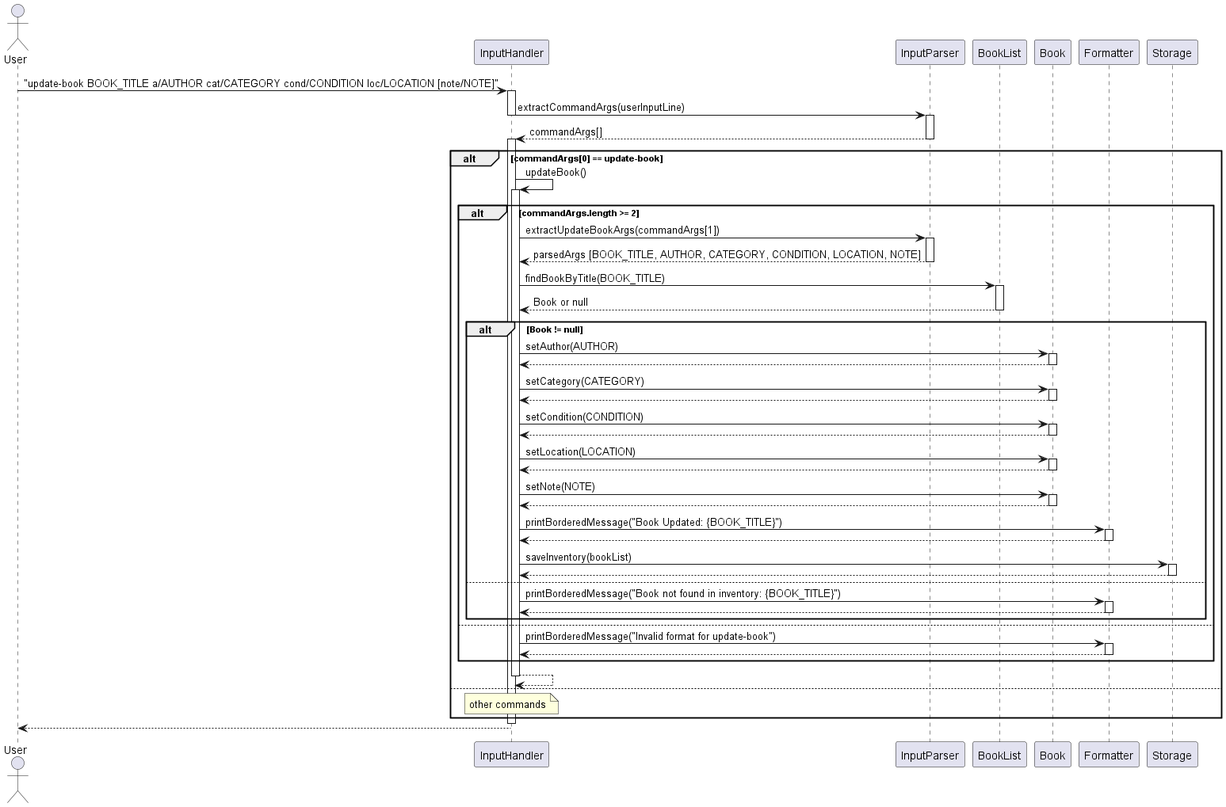
Earlier version of the PlantUML export docs/images/editLoan.png (AY2425S2-CS2113-T12-2/tp). Its diagram source:
```plantuml
@startuml
actor User
participant InputHandler
participant InputParser
participant BookList
participant Book
participant Formatter
participant Storage

User -> InputHandler: "update-book BOOK_TITLE a/AUTHOR cat/CATEGORY cond/CONDITION loc/LOCATION [note/NOTE]"
activate InputHandler

InputHandler -> InputParser: extractCommandArgs(userInputLine)
deactivate InputHandler
activate InputParser

InputParser --> InputHandler: commandArgs[]
deactivate InputParser
activate InputHandler

alt commandArgs[0] == update-book
    InputHandler -> InputHandler : updateBook()
    activate InputHandler

alt commandArgs.length >= 2
    InputHandler -> InputParser: extractUpdateBookArgs(commandArgs[1])
    activate InputParser

    InputParser --> InputHandler: parsedArgs [BOOK_TITLE, AUTHOR, CATEGORY, CONDITION, LOCATION, NOTE]
    deactivate InputParser

    InputHandler -> BookList: findBookByTitle(BOOK_TITLE)
    activate BookList

    BookList --> InputHandler: Book or null
    deactivate BookList

    alt Book != null
        InputHandler -> Book : setAuthor(AUTHOR)
        activate Book
        Book --> InputHandler
        deactivate Book

        InputHandler -> Book : setCategory(CATEGORY)
        activate Book
        Book --> InputHandler
        deactivate Book
        InputHandler -> Book : setCondition(CONDITION)
        activate Book
        Book --> InputHandler
        deactivate Book
        InputHandler -> Book : setLocation(LOCATION)
        activate Book
        Book --> InputHandler
        deactivate Book
        InputHandler -> Book : setNote(NOTE)
        activate Book
        Book --> InputHandler
        deactivate Book


        InputHandler -> Formatter: printBorderedMessage("Book Updated: {BOOK_TITLE}")
        activate Formatter

        Formatter --> InputHandler
        deactivate Formatter

        InputHandler -> Storage: saveInventory(bookList)
        activate Storage

        Storage --> InputHandler
        deactivate Storage


    else
        InputHandler -> Formatter: printBorderedMessage("Book not found in inventory: {BOOK_TITLE}")
        activate Formatter
        Formatter --> InputHandler
        deactivate Formatter
    end

    else
        InputHandler -> Formatter: printBorderedMessage("Invalid format for update-book")
        activate Formatter
        Formatter --> InputHandler
        deactivate Formatter
    end

InputHandler --> InputHandler
deactivate InputHandler

else
    note over InputHandler : other commands
end

deactivate InputHandler
InputHandler --> User
@enduml
```
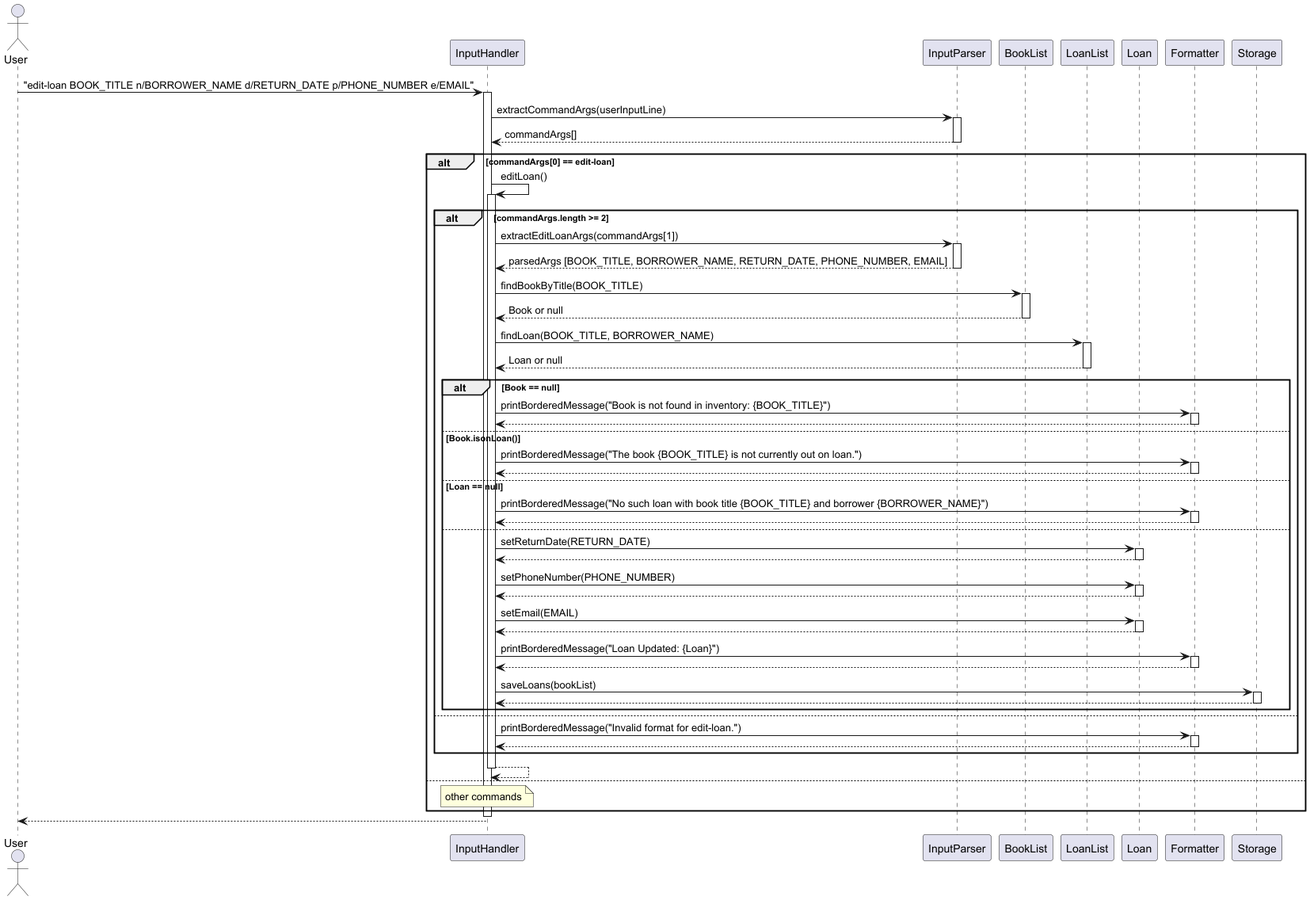
After the change.

What changed in the source:
```diff
@@ -3,30 +3,29 @@
 participant InputHandler
 participant InputParser
 participant BookList
-participant Book
+participant LoanList
+participant Loan
 participant Formatter
 participant Storage
 
-User -> InputHandler: "update-book BOOK_TITLE a/AUTHOR cat/CATEGORY cond/CONDITION loc/LOCATION [note/NOTE]"
+User -> InputHandler: "edit-loan BOOK_TITLE n/BORROWER_NAME d/RETURN_DATE p/PHONE_NUMBER e/EMAIL"
 activate InputHandler
 
 InputHandler -> InputParser: extractCommandArgs(userInputLine)
-deactivate InputHandler
 activate InputParser
 
 InputParser --> InputHandler: commandArgs[]
 deactivate InputParser
-activate InputHandler
 
-alt commandArgs[0] == update-book
-    InputHandler -> InputHandler : updateBook()
+alt commandArgs[0] == edit-loan
+    InputHandler -> InputHandler : editLoan()
     activate InputHandler
 
 alt commandArgs.length >= 2
-    InputHandler -> InputParser: extractUpdateBookArgs(commandArgs[1])
+    InputHandler -> InputParser: extractEditLoanArgs(commandArgs[1])
     activate InputParser
 
-    InputParser --> InputHandler: parsedArgs [BOOK_TITLE, AUTHOR, CATEGORY, CONDITION, LOCATION, NOTE]
+    InputParser --> InputHandler: parsedArgs [BOOK_TITLE, BORROWER_NAME, RETURN_DATE, PHONE_NUMBER, EMAIL]
     deactivate InputParser
 
     InputHandler -> BookList: findBookByTitle(BOOK_TITLE)
@@ -35,52 +34,60 @@
     BookList --> InputHandler: Book or null
     deactivate BookList
 
-    alt Book != null
-        InputHandler -> Book : setAuthor(AUTHOR)
-        activate Book
-        Book --> InputHandler
-        deactivate Book
+    InputHandler -> LoanList: findLoan(BOOK_TITLE, BORROWER_NAME)
+    activate LoanList
 
-        InputHandler -> Book : setCategory(CATEGORY)
-        activate Book
-        Book --> InputHandler
-        deactivate Book
-        InputHandler -> Book : setCondition(CONDITION)
-        activate Book
-        Book --> InputHandler
-        deactivate Book
-        InputHandler -> Book : setLocation(LOCATION)
-        activate Book
-        Book --> InputHandler
-        deactivate Book
-        InputHandler -> Book : setNote(NOTE)
-        activate Book
-        Book --> InputHandler
-        deactivate Book
+    LoanList --> InputHandler: Loan or null
+    deactivate LoanList
 
-
-        InputHandler -> Formatter: printBorderedMessage("Book Updated: {BOOK_TITLE}")
+    alt Book == null
+        InputHandler -> Formatter: printBorderedMessage("Book is not found in inventory: {BOOK_TITLE}")
         activate Formatter
-
         Formatter --> InputHandler
         deactivate Formatter
 
-        InputHandler -> Storage: saveInventory(bookList)
+    else Book.isonLoan()
+        InputHandler -> Formatter: printBorderedMessage("The book {BOOK_TITLE} is not currently out on loan.")
+        activate Formatter
+        Formatter --> InputHandler
+        deactivate Formatter
+
+    else Loan == null
+        InputHandler -> Formatter: printBorderedMessage("No such loan with book title {BOOK_TITLE} and borrower {BORROWER_NAME}")
+        activate Formatter
+        Formatter --> InputHandler
+        deactivate Formatter
+
+    else
+        InputHandler -> Loan : setReturnDate(RETURN_DATE)
+        activate Loan
+        Loan --> InputHandler
+        deactivate Loan
+
+        InputHandler -> Loan : setPhoneNumber(PHONE_NUMBER)
+        activate Loan
+        Loan --> InputHandler
+        deactivate Loan
+
+        InputHandler -> Loan : setEmail(EMAIL)
+        activate Loan
+        Loan --> InputHandler
+        deactivate Loan
+
+        InputHandler -> Formatter: printBorderedMessage("Loan Updated: {Loan}")
+        activate Formatter
+        Formatter --> InputHandler
+        deactivate Formatter
+
+        InputHandler -> Storage: saveLoans(bookList)
         activate Storage
-
         Storage --> InputHandler
         deactivate Storage
 
-
-    else
-        InputHandler -> Formatter: printBorderedMessage("Book not found in inventory: {BOOK_TITLE}")
-        activate Formatter
-        Formatter --> InputHandler
-        deactivate Formatter
     end
 
     else
-        InputHandler -> Formatter: printBorderedMessage("Invalid format for update-book")
+        InputHandler -> Formatter: printBorderedMessage("Invalid format for edit-loan.")
         activate Formatter
         Formatter --> InputHandler
         deactivate Formatter
```
